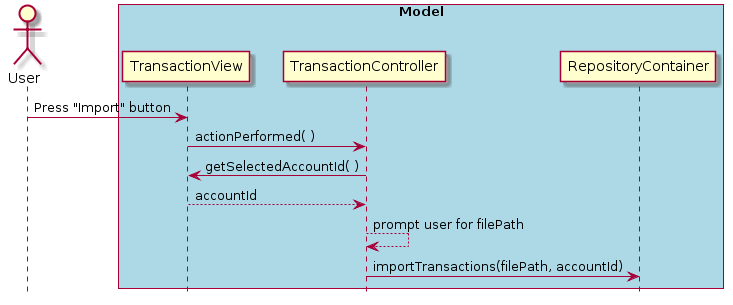
Earlier version of the PlantUML export Documentation/Diagrams/sequence/importHighLevel.png (melanie-t/budget-planner-app). Source of this version:
```plantuml
@startuml
hide footbox
actor User

box "Model" #LightBlue
participant TransactionView
participant TransactionController
participant RepositoryContainer
end box

User -> TransactionView : Press "Import" button
TransactionView -> TransactionController : actionPerformed( )
TransactionController -> TransactionView : getSelectedAccountId( )
TransactionController <-- TransactionView : accountId
TransactionController --> TransactionController : prompt user for filePath
TransactionController -> RepositoryContainer : importTransactions(filePath, accountId)
@enduml
```
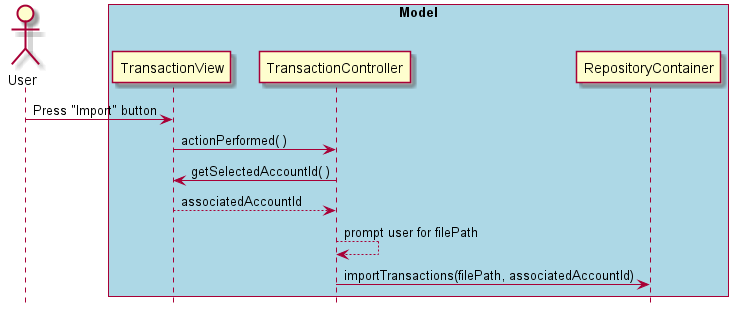
Above is the later version.

The edit, as a diff of the source:
```diff
@@ -11,7 +11,7 @@
 User -> TransactionView : Press "Import" button
 TransactionView -> TransactionController : actionPerformed( )
 TransactionController -> TransactionView : getSelectedAccountId( )
-TransactionController <-- TransactionView : accountId
+TransactionController <-- TransactionView : associatedAccountId
 TransactionController --> TransactionController : prompt user for filePath
-TransactionController -> RepositoryContainer : importTransactions(filePath, accountId)
+TransactionController -> RepositoryContainer : importTransactions(filePath, associatedAccountId)
 @enduml
```
